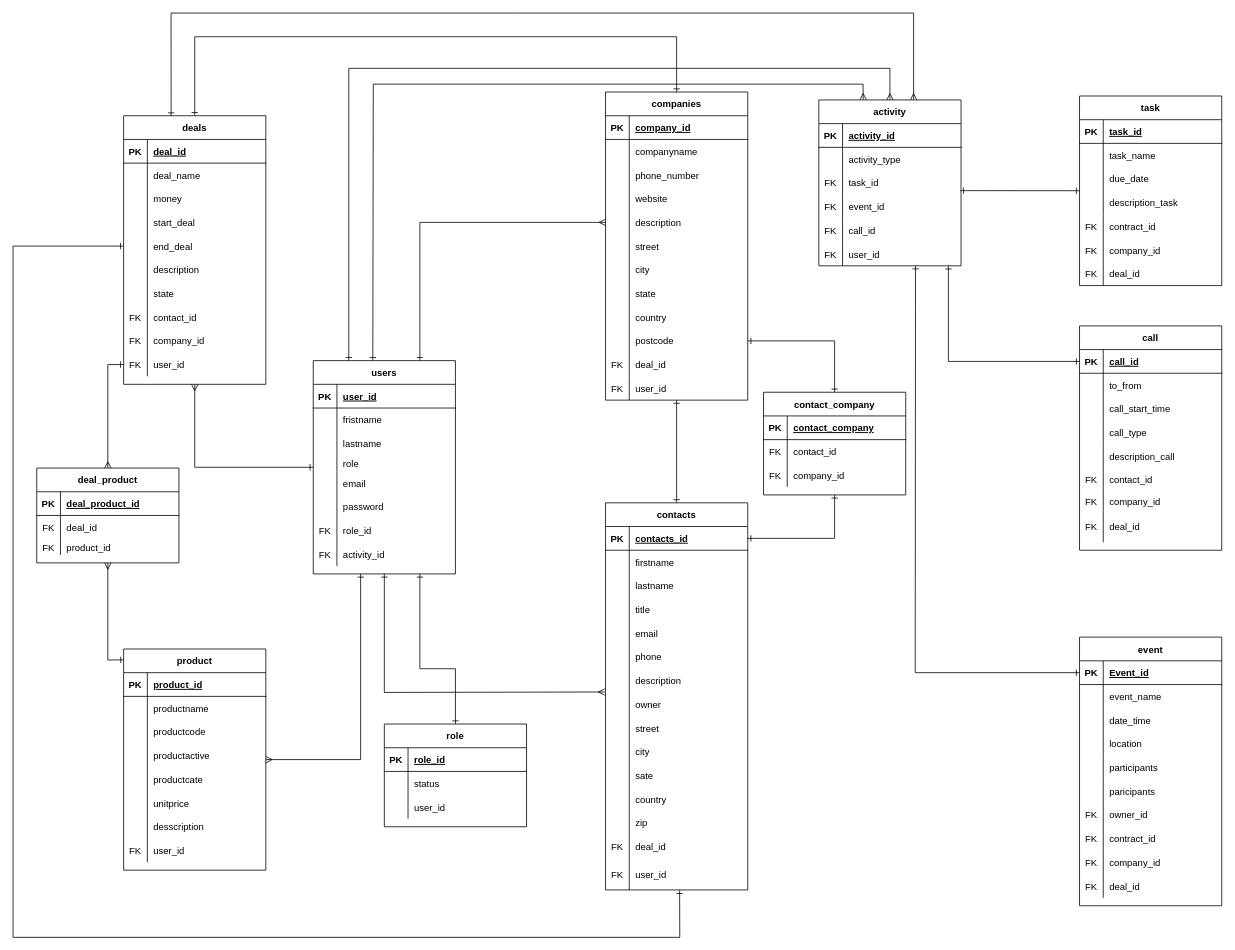
stamppls/crm-design keeps this draw.io diagram as page "ALL" (1 of 10) of Untitled Diagram.drawio. Above is the earlier version. Source tidied: cells renumbered, new cells numbered last; positions are measured from the earlier drawing's top-left corner, leaving out a move shared by most shapes. Both pictures are drawn from the tidied source at 79%, with x=0, y=0 at pixel (13, 13).
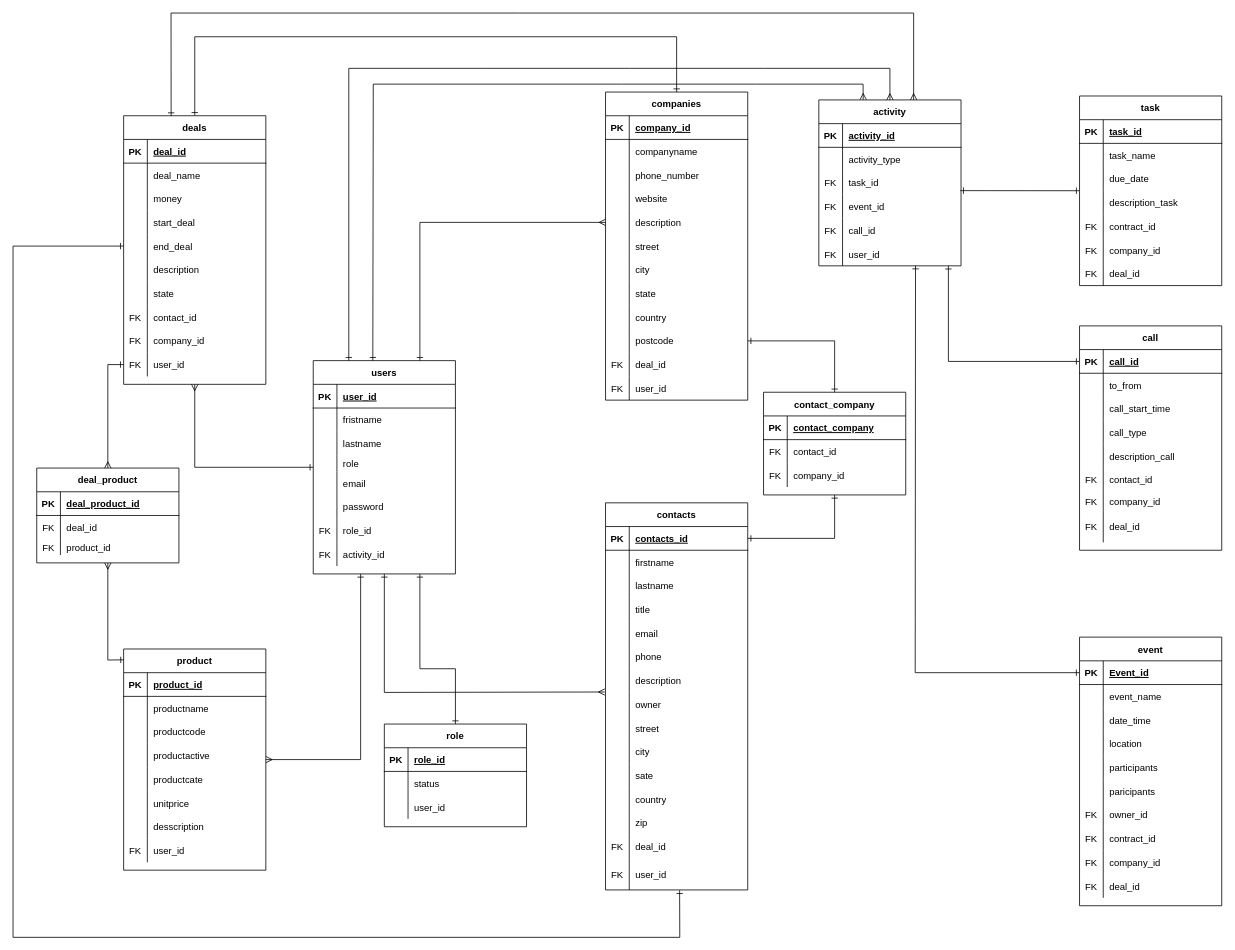
The same page after the edit.

The change refers to these unchanged cells:
```xml
<mxCell id="30" value="companies" style="shape=table;startSize=30;childLayout=tableLayout;rowLines=0;fontStyle=1;align=center;" parent="1" vertex="1">
  <mxGeometry x="750" y="100" width="180" height="390" as="geometry" />
</mxCell>
<mxCell id="70" value="contacts" style="shape=table;startSize=30;childLayout=tableLayout;rowLines=0;fontStyle=1;align=center;" parent="1" vertex="1">
  <mxGeometry x="750" y="620" width="180" height="490" as="geometry" />
</mxCell>
```

What changed in the source:
```diff
@@
-    <mxCell id="28" style="edgeStyle=none;rounded=0;jettySize=auto;html=1;entryX=0.5;entryY=0;entryDx=0;entryDy=0;startArrow=ERone;startFill=0;endArrow=ERone;endFill=0;" parent="1" edge="1" source="30" target="70">
-      <mxGeometry relative="1" as="geometry" />
-    </mxCell>
```
